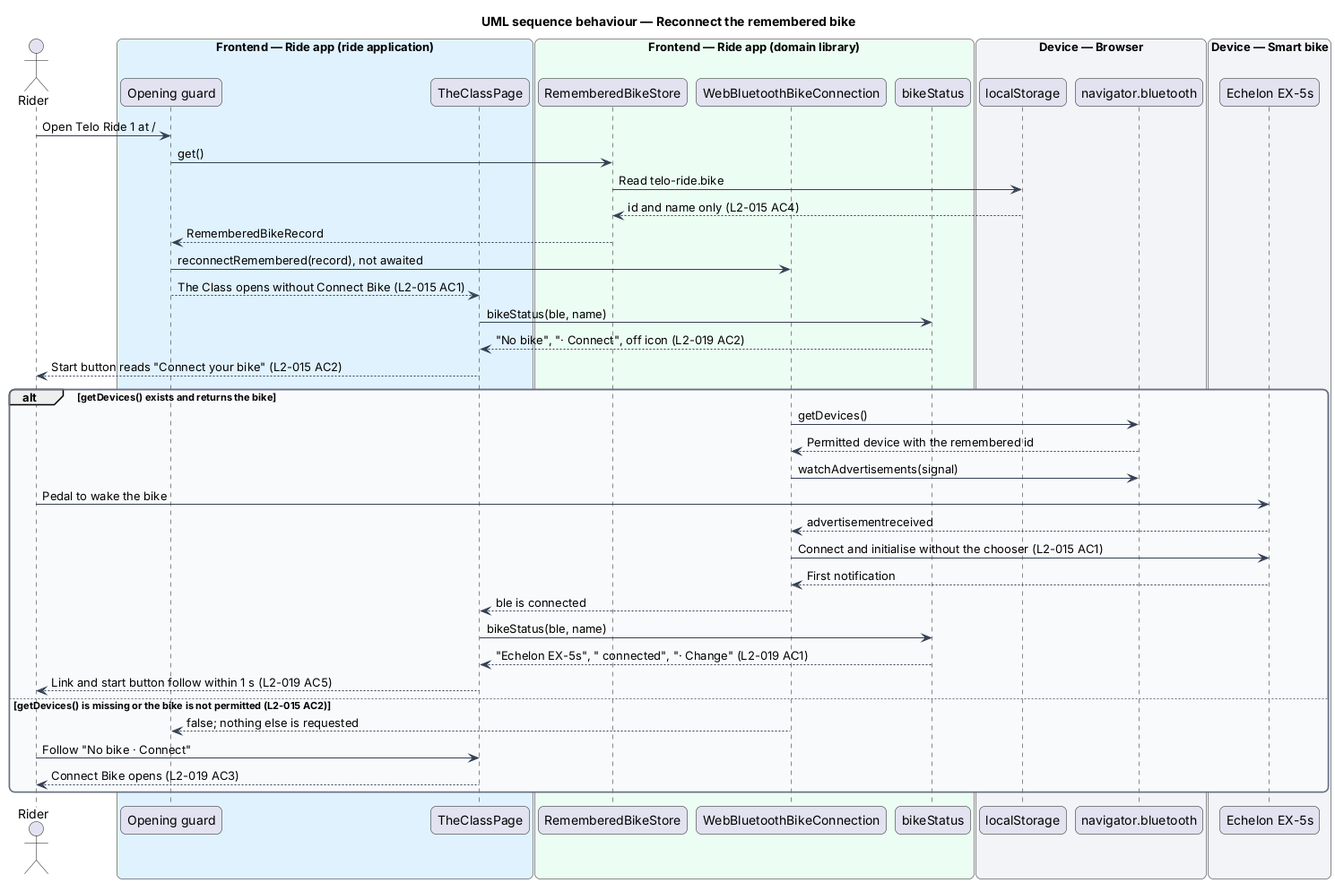
Earlier version of the PlantUML export docs/detailed-designs/bike/keep-the-bike-connected/diagrams/sequence-reconnect-the-remembered-bike.png (QuinntyneBrown/ride-one).
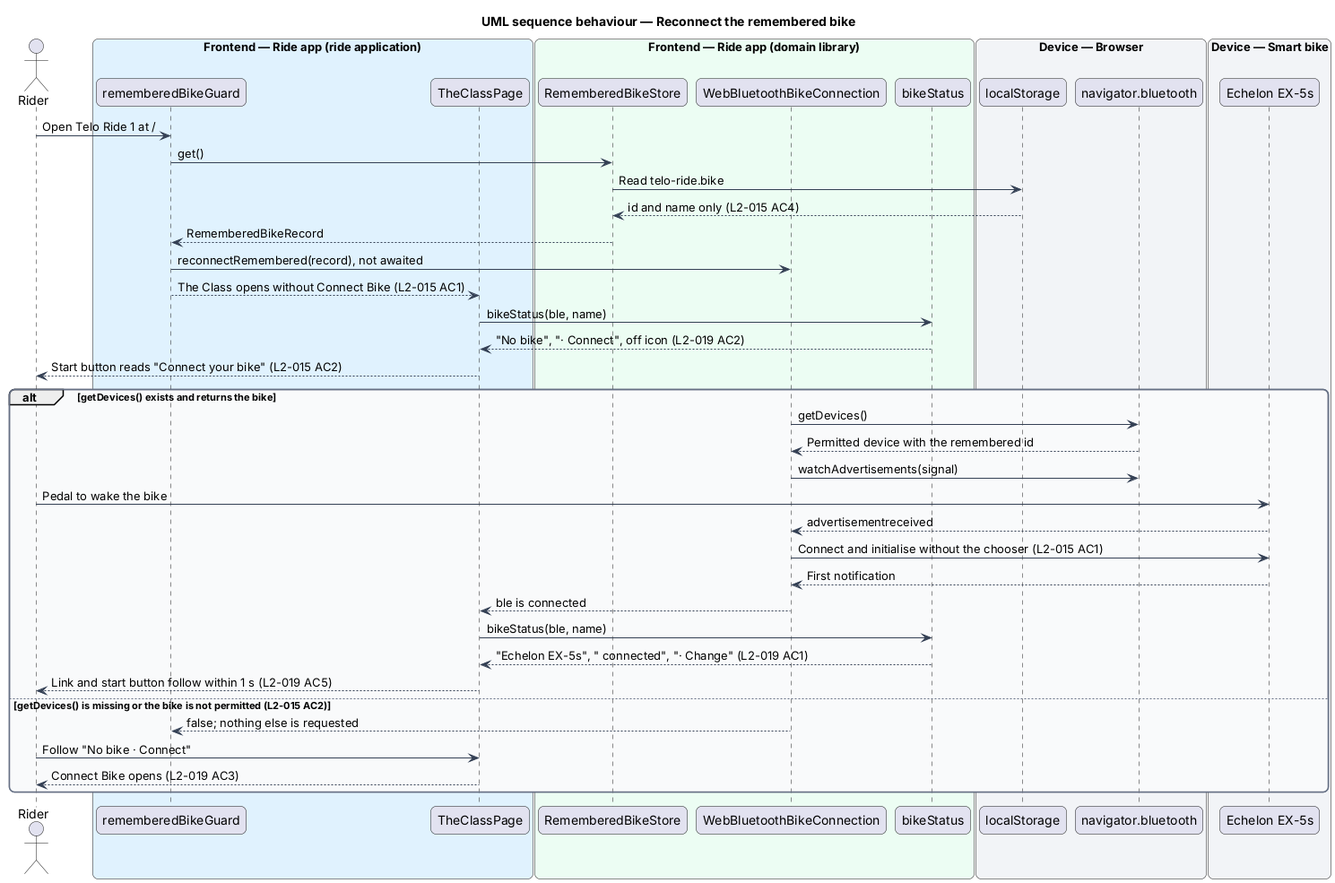
The same diagram one commit later.

Diff of the diagram source:
```diff
@@ -16,7 +16,7 @@
 }
 actor "Rider" as rider
 box "Frontend — Ride app (ride application)" #E0F2FE
-  participant "Opening guard" as guard
+  participant "rememberedBikeGuard" as guard
   participant "TheClassPage" as page
 end box
 box "Frontend — Ride app (domain library)" #ECFDF3
```
